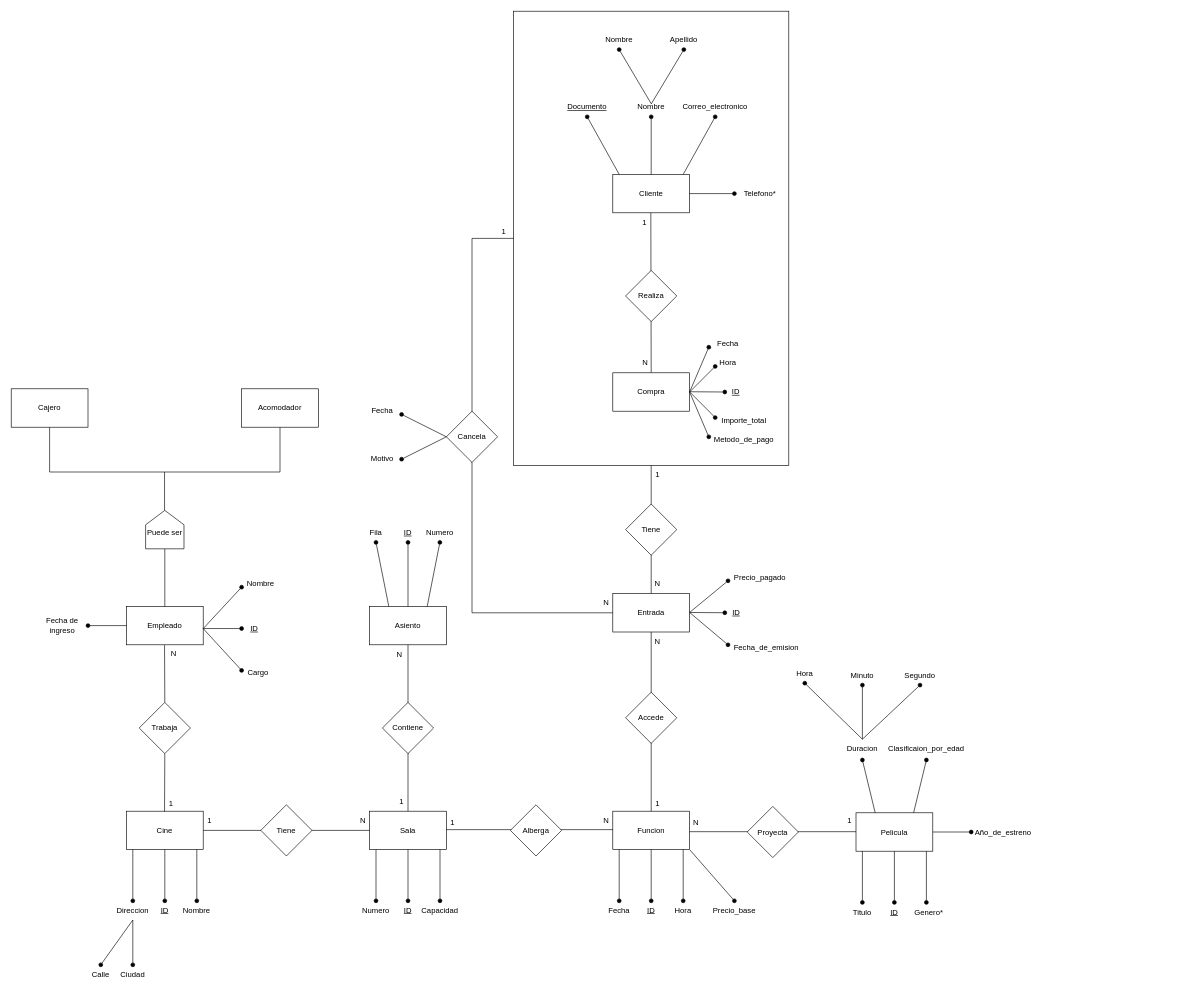
Before: Proyecto_final_cine.drawio in nXD643/Projecto-Final-Cine, a draw.io diagram. Source tidied: cells renumbered, new cells numbered last; positions are measured from the earlier drawing's top-left corner, leaving out a move shared by most shapes. Both pictures are drawn from the tidied source at 64%, with x=0, y=0 at pixel (11, 11).
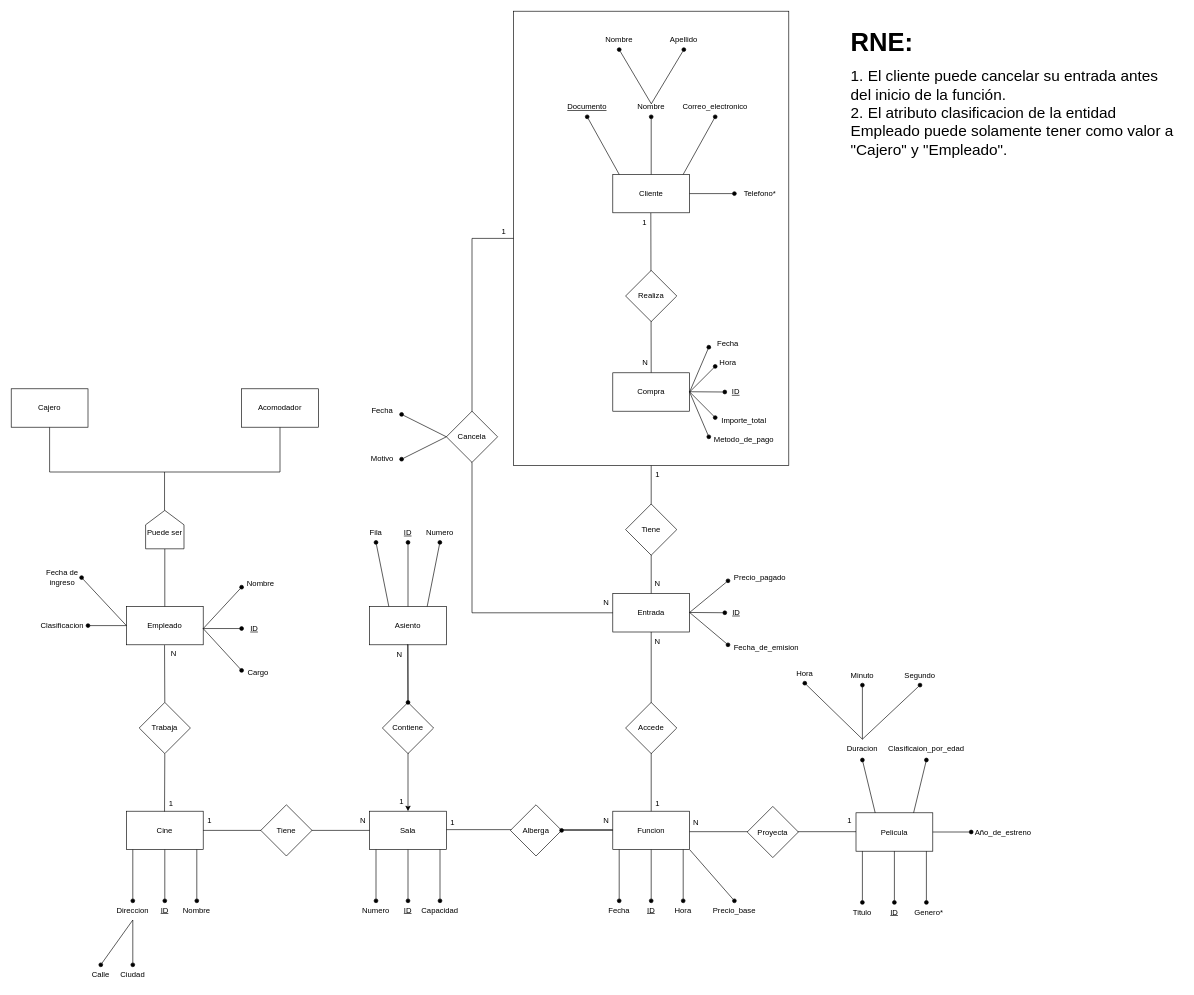
After the change.

Commit message (it also covers changes not shown here):
Se modifica y se arreglan errores en el DER

Unchanged cells that the change refers to:
```xml
<mxCell id="15" value="Sala" style="rounded=0;whiteSpace=wrap;html=1;" parent="1" vertex="1">
  <mxGeometry x="560" y="1250" width="120" height="60" as="geometry" />
</mxCell>
<mxCell id="26" value="Asiento" style="rounded=0;whiteSpace=wrap;html=1;" parent="1" vertex="1">
  <mxGeometry x="560" y="930" width="120" height="60" as="geometry" />
</mxCell>
<mxCell id="28" value="&lt;div&gt;&lt;br/&gt;&lt;/div&gt;" style="rhombus;whiteSpace=wrap;html=1;shapeInside=1;direction=south;" parent="1" vertex="1">
  <mxGeometry x="580" y="1080" width="80" height="80" as="geometry" />
</mxCell>
<mxCell id="38" value="Funcion" style="rounded=0;whiteSpace=wrap;html=1;" parent="1" vertex="1">
  <mxGeometry x="940" y="1250" width="120" height="60" as="geometry" />
</mxCell>
<mxCell id="46" value="&lt;div&gt;&lt;br&gt;&lt;/div&gt;" style="rhombus;whiteSpace=wrap;html=1;shapeInside=1;direction=south;" parent="1" vertex="1">
  <mxGeometry x="780" y="1240" width="80" height="80" as="geometry" />
</mxCell>
<mxCell id="108" value="Entrada" style="rounded=0;whiteSpace=wrap;html=1;" parent="1" vertex="1">
  <mxGeometry x="940" y="910" width="120" height="60" as="geometry" />
</mxCell>
<mxCell id="124" value="Empleado" style="rounded=0;whiteSpace=wrap;html=1;" parent="1" vertex="1">
  <mxGeometry x="180" y="930" width="120" height="60" as="geometry" />
</mxCell>
```

The edit, as a diff of the source:
```diff
@@
-    <mxCell id="27" style="endArrow=none;html=1;rounded=0;exitX=0.5;exitY=1;exitDx=0;exitDy=0;entryX=0.5;entryY=0;entryDx=0;entryDy=0;" parent="1" edge="1" source="26" target="15">
+    <mxCell id="27" style="endArrow=classic;html=1;rounded=0;exitX=0.5;exitY=1;exitDx=0;exitDy=0;entryX=0.5;entryY=0;entryDx=0;entryDy=0;startArrow=none;startFill=0;endFill=1;" parent="1" edge="1" source="26" target="15">
       <mxGeometry relative="1" as="geometry" />
     </mxCell>
@@
-    <mxCell id="107" style="endArrow=none;html=1;rounded=0;exitX=0.5;exitY=0;exitDx=0;exitDy=0;entryX=0.5;entryY=1;entryDx=0;entryDy=0;" parent="1" edge="1" source="38" target="108">
-      <mxGeometry relative="1" as="geometry" />
+    <mxCell id="107" style="endArrow=none;html=1;rounded=0;entryX=0.5;entryY=1;entryDx=0;entryDy=0;exitX=0.5;exitY=0;exitDx=0;exitDy=0;" parent="1" edge="1" source="38" target="108">
+      <mxGeometry relative="1" as="geometry">
+        <Array as="points">
+          <mxPoint x="1000" y="1080" />
+        </Array>
+      </mxGeometry>
     </mxCell>
@@
     <mxCell id="109" value="&lt;div&gt;&lt;br&gt;&lt;/div&gt;" style="rhombus;whiteSpace=wrap;html=1;shapeInside=1;direction=south;" parent="1" vertex="1">
-      <mxGeometry x="960" y="1064" width="80" height="80" as="geometry" />
+      <mxGeometry x="960" y="1080" width="80" height="80" as="geometry" />
     </mxCell>
     <mxCell id="110" value="Accede" style="text;html=1;whiteSpace=wrap;strokeColor=none;fillColor=none;align=center;verticalAlign=middle;rounded=0;" parent="1" vertex="1">
-      <mxGeometry x="970" y="1089" width="60" height="30" as="geometry" />
+      <mxGeometry x="970" y="1105" width="60" height="30" as="geometry" />
     </mxCell>
@@
-    <mxCell id="131" style="endArrow=none;html=1;rounded=0;startArrow=oval;startFill=1;entryX=0;entryY=0.5;entryDx=0;entryDy=0;" parent="1" edge="1" target="124">
-      <mxGeometry relative="1" as="geometry">
-        <mxPoint x="120" y="960" as="sourcePoint" />
-      </mxGeometry>
+    <mxCell id="131" style="endArrow=none;html=1;rounded=0;startArrow=oval;startFill=1;entryX=0;entryY=0.5;entryDx=0;entryDy=0;exitX=1;exitY=0.5;exitDx=0;exitDy=0;" parent="1" edge="1" source="132" target="124">
+      <mxGeometry relative="1" as="geometry" />
     </mxCell>
     <mxCell id="132" value="Fecha de ingreso" style="text;html=1;whiteSpace=wrap;strokeColor=none;fillColor=none;align=center;verticalAlign=middle;rounded=0;" parent="1" vertex="1">
-      <mxGeometry x="50" y="945" width="60" height="30" as="geometry" />
+      <mxGeometry x="50" y="870" width="60" height="30" as="geometry" />
     </mxCell>
@@
+    <mxCell id="154" value="&lt;h1 style=&quot;margin-top: 0px;&quot;&gt;&lt;font style=&quot;font-size: 40px;&quot;&gt;RNE:&lt;/font&gt;&lt;/h1&gt;&lt;div&gt;&lt;font style=&quot;font-size: 24px;&quot;&gt;1. El cliente puede cancelar su entrada antes del inicio de la función.&lt;/font&gt;&lt;/div&gt;&lt;div&gt;&lt;font style=&quot;font-size: 24px;&quot;&gt;2. El atributo clasificacion de la entidad Empleado puede solamente tener como valor a &quot;Cajero&quot; y &quot;Empleado&quot;.&lt;/font&gt;&lt;/div&gt;" style="text;html=1;whiteSpace=wrap;overflow=hidden;rounded=0;" parent="1" vertex="1">
+      <mxGeometry x="1310" y="17" width="520" height="390" as="geometry" />
+    </mxCell>
+    <mxCell id="155" style="endArrow=oval;html=1;rounded=0;exitX=0.5;exitY=1;exitDx=0;exitDy=0;entryX=0;entryY=0.5;entryDx=0;entryDy=0;endFill=1;" parent="1" edge="1" target="28">
+      <mxGeometry relative="1" as="geometry">
+        <mxPoint x="619.5" y="989" as="sourcePoint" />
+      </mxGeometry>
+    </mxCell>
+    <mxCell id="156" style="endArrow=oval;html=1;rounded=0;exitX=0;exitY=0.5;exitDx=0;exitDy=0;entryX=0.5;entryY=0;entryDx=0;entryDy=0;endFill=1;" parent="1" edge="1" source="38" target="46">
+      <mxGeometry relative="1" as="geometry" />
+    </mxCell>
+    <mxCell id="157" value="Clasificacion" style="text;html=1;whiteSpace=wrap;strokeColor=none;fillColor=none;align=center;verticalAlign=middle;rounded=0;" parent="1" vertex="1">
+      <mxGeometry x="50" y="945" width="60" height="30" as="geometry" />
+    </mxCell>
+    <mxCell id="158" style="endArrow=none;html=1;rounded=0;startArrow=oval;startFill=1;entryX=0;entryY=0.5;entryDx=0;entryDy=0;" parent="1" edge="1" target="124">
+      <mxGeometry relative="1" as="geometry">
+        <mxPoint x="120" y="960" as="sourcePoint" />
+      </mxGeometry>
+    </mxCell>
```
